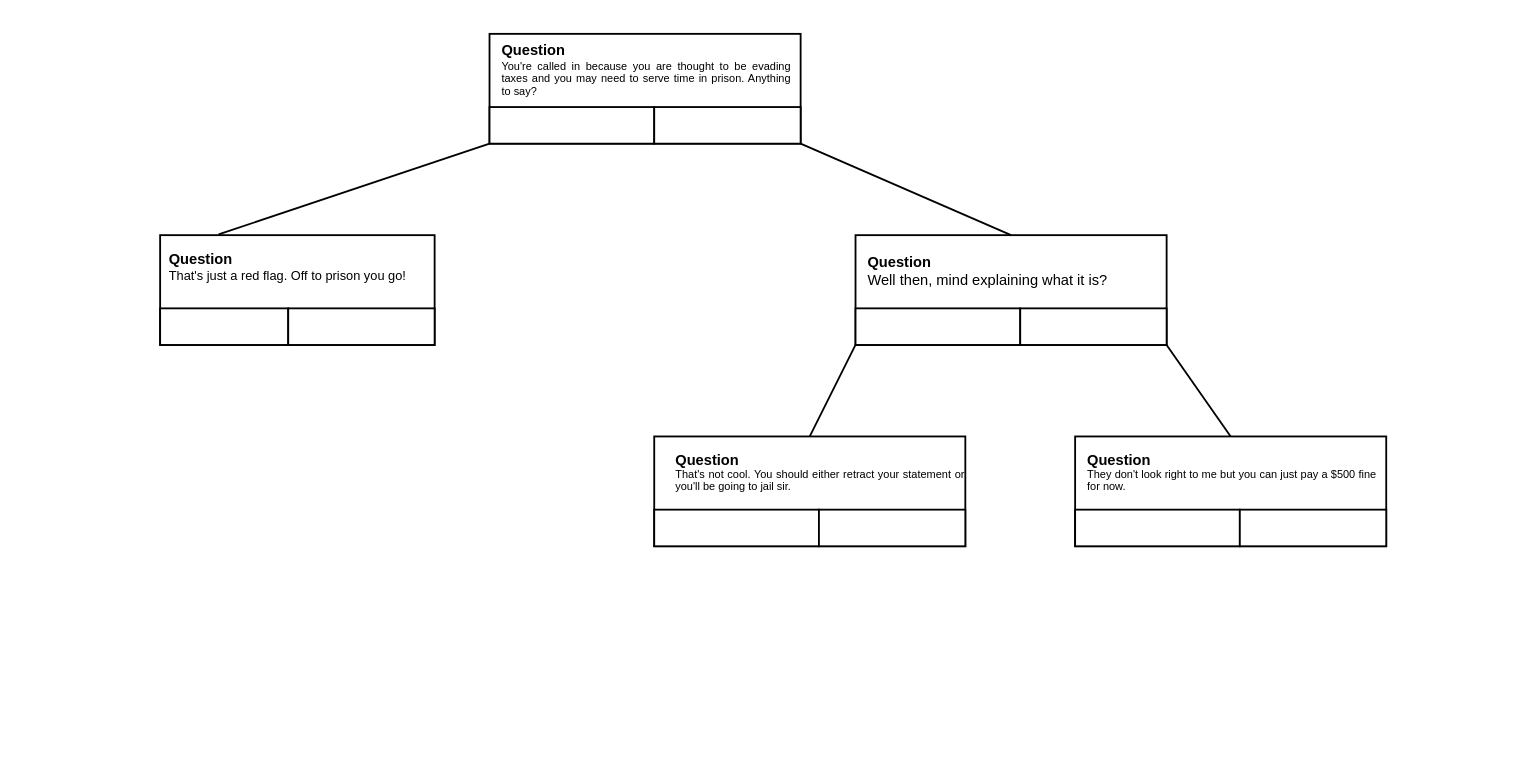
The draw.io diagram Programming2Diagram.drawio in LastMinuteBanter/DistinctionTaskUML, before the edit. Source tidied: cells renumbered, new cells numbered last; positions are measured from the earlier drawing's top-left corner, leaving out a move shared by most shapes. Both pictures are drawn from the tidied source at 183%, with x=0, y=0 at pixel (159, 33).
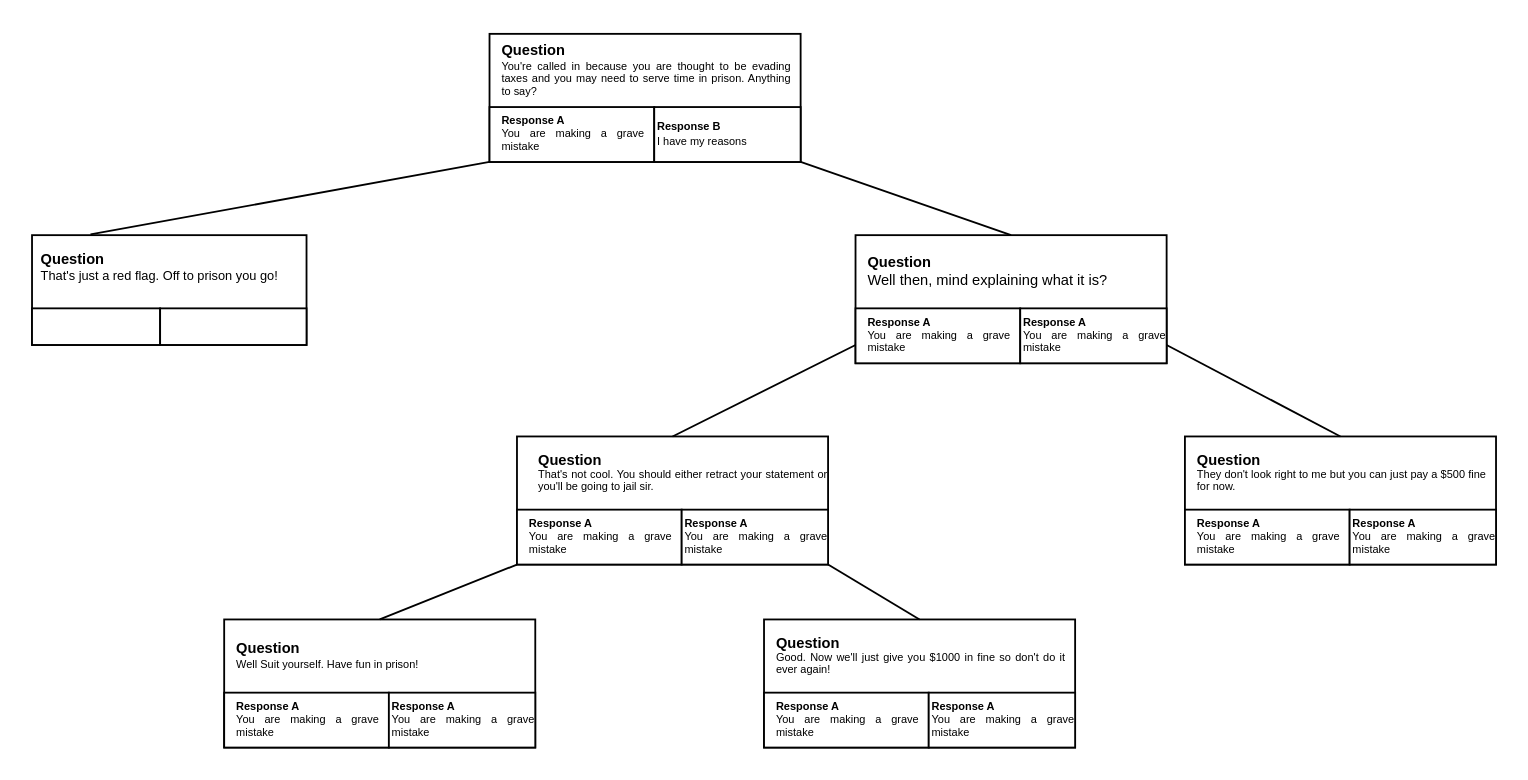
Above is the later version.

What changed in the source:
```diff
@@
+    <mxCell id="26" style="rounded=0;whiteSpace=wrap;html=1;" parent="1" vertex="1">
+      <mxGeometry x="330" y="320" width="170" height="70" as="geometry" />
+    </mxCell>
+    <mxCell id="27" style="rounded=0;whiteSpace=wrap;html=1;" parent="1" vertex="1">
+      <mxGeometry x="35" y="320" width="170" height="70" as="geometry" />
+    </mxCell>
+    <mxCell id="28" style="rounded=0;whiteSpace=wrap;html=1;" parent="1" vertex="1">
+      <mxGeometry x="560" y="220" width="170" height="70" as="geometry" />
+    </mxCell>
+    <mxCell id="29" style="rounded=0;whiteSpace=wrap;html=1;" parent="1" vertex="1">
+      <mxGeometry x="195" y="220" width="170" height="70" as="geometry" />
+    </mxCell>
+    <mxCell id="30" style="rounded=0;whiteSpace=wrap;html=1;" parent="1" vertex="1">
+      <mxGeometry x="380" y="110" width="170" height="70" as="geometry" />
+    </mxCell>
     <mxCell id="2" style="rounded=0;whiteSpace=wrap;html=1;" parent="1" vertex="1">
-      <mxGeometry x="180" width="170" height="60" as="geometry" />
+      <mxGeometry x="180" width="170" height="70" as="geometry" />
     </mxCell>
     <mxCell id="3" style="rounded=0;whiteSpace=wrap;html=1;" parent="1" vertex="1">
-      <mxGeometry y="110" width="150" height="60" as="geometry" />
+      <mxGeometry x="-70" y="110" width="150" height="60" as="geometry" />
     </mxCell>
-    <mxCell id="4" style="rounded=0;whiteSpace=wrap;html=1;" parent="1" vertex="1">
-      <mxGeometry x="380" y="110" width="170" height="60" as="geometry" />
-    </mxCell>
-    <mxCell id="5" style="rounded=0;whiteSpace=wrap;html=1;" parent="1" vertex="1">
-      <mxGeometry x="270" y="220" width="170" height="60" as="geometry" />
-    </mxCell>
-    <mxCell id="6" style="rounded=0;whiteSpace=wrap;html=1;" parent="1" vertex="1">
-      <mxGeometry x="500" y="220" width="170" height="60" as="geometry" />
-    </mxCell>
@@
-    <mxCell id="8" style="endArrow=none;html=1;exitX=1;exitY=1;exitDx=0;exitDy=0;entryX=0.5;entryY=0;entryDx=0;entryDy=0;" parent="1" edge="1" source="2" target="4">
-      <mxGeometry relative="1" as="geometry" />
+    <mxCell id="8" style="endArrow=none;html=1;exitX=1;exitY=1;exitDx=0;exitDy=0;entryX=0.5;entryY=0;entryDx=0;entryDy=0;" parent="1" edge="1" source="2">
+      <mxGeometry relative="1" as="geometry">
+        <mxPoint x="465" y="110" as="targetPoint" />
+      </mxGeometry>
     </mxCell>
-    <mxCell id="9" style="endArrow=none;html=1;entryX=0;entryY=1;entryDx=0;entryDy=0;exitX=0.5;exitY=0;exitDx=0;exitDy=0;" parent="1" edge="1" source="5" target="4">
-      <mxGeometry relative="1" as="geometry" />
+    <mxCell id="9" style="endArrow=none;html=1;entryX=0;entryY=1;entryDx=0;entryDy=0;exitX=0.5;exitY=0;exitDx=0;exitDy=0;" parent="1" edge="1">
+      <mxGeometry relative="1" as="geometry">
+        <mxPoint x="280" y="220" as="sourcePoint" />
+        <mxPoint x="380" y="170" as="targetPoint" />
+      </mxGeometry>
     </mxCell>
-    <mxCell id="10" style="endArrow=none;html=1;entryX=1;entryY=1;entryDx=0;entryDy=0;exitX=0.5;exitY=0;exitDx=0;exitDy=0;" parent="1" edge="1" source="6" target="4">
-      <mxGeometry relative="1" as="geometry" />
+    <mxCell id="10" style="endArrow=none;html=1;entryX=1;entryY=1;entryDx=0;entryDy=0;exitX=0.5;exitY=0;exitDx=0;exitDy=0;" parent="1" edge="1">
+      <mxGeometry relative="1" as="geometry">
+        <mxPoint x="645" y="220" as="sourcePoint" />
+        <mxPoint x="550" y="170" as="targetPoint" />
+      </mxGeometry>
     </mxCell>
     <mxCell id="11" style="rounded=0;whiteSpace=wrap;html=1;" parent="1" vertex="1">
-      <mxGeometry x="180" y="40" width="90" height="20" as="geometry" />
+      <mxGeometry x="180" y="40" width="90" height="30" as="geometry" />
     </mxCell>
     <mxCell id="12" style="rounded=0;whiteSpace=wrap;html=1;" parent="1" vertex="1">
-      <mxGeometry x="270" y="40" width="80" height="20" as="geometry" />
+      <mxGeometry x="270" y="40" width="80" height="30" as="geometry" />
     </mxCell>
     <mxCell id="13" style="rounded=0;whiteSpace=wrap;html=1;" parent="1" vertex="1">
-      <mxGeometry y="150" width="70" height="20" as="geometry" />
+      <mxGeometry x="-70" y="150" width="70" height="20" as="geometry" />
     </mxCell>
     <mxCell id="14" style="rounded=0;whiteSpace=wrap;html=1;" parent="1" vertex="1">
-      <mxGeometry x="70" y="150" width="80" height="20" as="geometry" />
+      <mxGeometry y="150" width="80" height="20" as="geometry" />
     </mxCell>
     <mxCell id="15" style="rounded=0;whiteSpace=wrap;html=1;" parent="1" vertex="1">
-      <mxGeometry x="380" y="150" width="90" height="20" as="geometry" />
+      <mxGeometry x="380" y="150" width="90" height="30" as="geometry" />
     </mxCell>
     <mxCell id="16" style="rounded=0;whiteSpace=wrap;html=1;" parent="1" vertex="1">
-      <mxGeometry x="470" y="150" width="80" height="20" as="geometry" />
+      <mxGeometry x="470" y="150" width="80" height="30" as="geometry" />
     </mxCell>
     <mxCell id="17" style="rounded=0;whiteSpace=wrap;html=1;" parent="1" vertex="1">
-      <mxGeometry x="270" y="260" width="90" height="20" as="geometry" />
+      <mxGeometry x="195" y="260" width="90" height="30" as="geometry" />
     </mxCell>
     <mxCell id="18" style="rounded=0;whiteSpace=wrap;html=1;" parent="1" vertex="1">
-      <mxGeometry x="360" y="260" width="80" height="20" as="geometry" />
+      <mxGeometry x="285" y="260" width="80" height="30" as="geometry" />
     </mxCell>
     <mxCell id="19" style="rounded=0;whiteSpace=wrap;html=1;" parent="1" vertex="1">
-      <mxGeometry x="500" y="260" width="90" height="20" as="geometry" />
+      <mxGeometry x="560" y="260" width="90" height="30" as="geometry" />
     </mxCell>
     <mxCell id="20" style="rounded=0;whiteSpace=wrap;html=1;" parent="1" vertex="1">
-      <mxGeometry x="590" y="260" width="80" height="20" as="geometry" />
+      <mxGeometry x="650" y="260" width="80" height="30" as="geometry" />
     </mxCell>
@@
     <mxCell id="22" value="&lt;div style=&quot;font-size: 6px&quot; align=&quot;justify&quot;&gt;&lt;b&gt;&lt;font style=&quot;font-size: 8px&quot;&gt;Question&lt;/font&gt;&lt;/b&gt;&lt;/div&gt;&lt;div style=&quot;font-size: 6px&quot; align=&quot;justify&quot;&gt;&lt;font style=&quot;font-size: 7px&quot;&gt;That's just a red flag. Off to prison you go!&lt;/font&gt;&lt;/div&gt;&lt;p style=&quot;font-size: 6px&quot; align=&quot;justify&quot;&gt;&lt;br&gt;&lt;/p&gt;" style="text;html=1;strokeColor=none;fillColor=none;align=center;verticalAlign=middle;whiteSpace=wrap;rounded=0;" parent="1" vertex="1">
-      <mxGeometry y="127" width="140" height="20" as="geometry" />
+      <mxGeometry x="-70" y="127" width="140" height="20" as="geometry" />
     </mxCell>
@@
     <mxCell id="24" value="&lt;p style=&quot;line-height: 30% ; font-size: 6px&quot; align=&quot;justify&quot;&gt;&lt;/p&gt;&lt;div style=&quot;font-size: 6px&quot; align=&quot;justify&quot;&gt;&lt;b&gt;&lt;font style=&quot;font-size: 8px&quot;&gt;Question&lt;/font&gt;&lt;/b&gt;&lt;/div&gt;&lt;div style=&quot;font-size: 6px&quot; align=&quot;justify&quot;&gt;&lt;font style=&quot;font-size: 6px&quot;&gt;That's not cool. You should either retract your statement or you'll be going to jail sir.&lt;/font&gt;&lt;/div&gt;&lt;p style=&quot;font-size: 6px&quot; align=&quot;justify&quot;&gt;&lt;/p&gt;" style="text;html=1;strokeColor=none;fillColor=none;align=left;verticalAlign=middle;whiteSpace=wrap;rounded=0;" parent="1" vertex="1">
-      <mxGeometry x="280" y="220" width="160" height="40" as="geometry" />
+      <mxGeometry x="205" y="220" width="160" height="40" as="geometry" />
     </mxCell>
     <mxCell id="25" value="&lt;p style=&quot;line-height: 30% ; font-size: 6px&quot; align=&quot;justify&quot;&gt;&lt;/p&gt;&lt;div style=&quot;font-size: 6px&quot; align=&quot;justify&quot;&gt;&lt;b&gt;&lt;font style=&quot;font-size: 8px&quot;&gt;Question&lt;/font&gt;&lt;/b&gt;&lt;/div&gt;&lt;div style=&quot;font-size: 6px&quot; align=&quot;justify&quot;&gt;&lt;font style=&quot;font-size: 6px&quot;&gt;They don't look right to me but you can just pay a $500 fine for now.&lt;/font&gt;&lt;/div&gt;&lt;p style=&quot;font-size: 6px&quot; align=&quot;justify&quot;&gt;&lt;/p&gt;" style="text;html=1;strokeColor=none;fillColor=none;align=left;verticalAlign=middle;whiteSpace=wrap;rounded=0;" parent="1" vertex="1">
-      <mxGeometry x="505" y="220" width="160" height="40" as="geometry" />
+      <mxGeometry x="565" y="220" width="160" height="40" as="geometry" />
     </mxCell>
+    <mxCell id="31" style="rounded=0;whiteSpace=wrap;html=1;" parent="1" vertex="1">
+      <mxGeometry x="35" y="360" width="90" height="30" as="geometry" />
+    </mxCell>
+    <mxCell id="32" style="rounded=0;whiteSpace=wrap;html=1;" parent="1" vertex="1">
+      <mxGeometry x="125" y="360" width="80" height="30" as="geometry" />
+    </mxCell>
+    <mxCell id="33" style="rounded=0;whiteSpace=wrap;html=1;" parent="1" vertex="1">
+      <mxGeometry x="330" y="360" width="90" height="30" as="geometry" />
+    </mxCell>
+    <mxCell id="34" style="rounded=0;whiteSpace=wrap;html=1;" parent="1" vertex="1">
+      <mxGeometry x="420" y="360" width="80" height="30" as="geometry" />
+    </mxCell>
+    <mxCell id="35" style="endArrow=none;html=1;entryX=0;entryY=1;entryDx=0;entryDy=0;exitX=0.5;exitY=0;exitDx=0;exitDy=0;" parent="1" edge="1" target="17">
+      <mxGeometry relative="1" as="geometry">
+        <mxPoint x="120" y="320" as="sourcePoint" />
+      </mxGeometry>
+    </mxCell>
+    <mxCell id="36" style="endArrow=none;html=1;exitX=0.5;exitY=0;exitDx=0;exitDy=0;entryX=1;entryY=1;entryDx=0;entryDy=0;" parent="1" edge="1" target="18">
+      <mxGeometry relative="1" as="geometry">
+        <mxPoint x="415" y="320" as="sourcePoint" />
+      </mxGeometry>
+    </mxCell>
+    <mxCell id="37" value="&lt;p style=&quot;line-height: 30% ; font-size: 6px&quot; align=&quot;justify&quot;&gt;&lt;/p&gt;&lt;div style=&quot;font-size: 6px&quot; align=&quot;justify&quot;&gt;&lt;b&gt;&lt;font style=&quot;font-size: 8px&quot;&gt;Question&lt;/font&gt;&lt;/b&gt;&lt;/div&gt;&lt;div style=&quot;font-size: 6px&quot; align=&quot;justify&quot;&gt;&lt;font style=&quot;font-size: 6px&quot;&gt;Well Suit yourself. Have fun in prison!&lt;/font&gt;&lt;/div&gt;&lt;p style=&quot;font-size: 6px&quot; align=&quot;justify&quot;&gt;&lt;/p&gt;" style="text;html=1;strokeColor=none;fillColor=none;align=left;verticalAlign=middle;whiteSpace=wrap;rounded=0;" parent="1" vertex="1">
+      <mxGeometry x="40" y="320" width="160" height="40" as="geometry" />
+    </mxCell>
+    <mxCell id="38" value="&lt;p style=&quot;line-height: 30% ; font-size: 6px&quot; align=&quot;justify&quot;&gt;&lt;/p&gt;&lt;div style=&quot;font-size: 6px&quot; align=&quot;justify&quot;&gt;&lt;b&gt;&lt;font style=&quot;font-size: 8px&quot;&gt;Question&lt;/font&gt;&lt;/b&gt;&lt;/div&gt;&lt;div style=&quot;font-size: 6px&quot; align=&quot;justify&quot;&gt;&lt;font style=&quot;font-size: 6px&quot;&gt;Good. Now we'll just give you $1000 in fine so don't do it ever again!&lt;/font&gt;&lt;/div&gt;&lt;p style=&quot;font-size: 6px&quot; align=&quot;justify&quot;&gt;&lt;/p&gt;" style="text;html=1;strokeColor=none;fillColor=none;align=left;verticalAlign=middle;whiteSpace=wrap;rounded=0;" parent="1" vertex="1">
+      <mxGeometry x="335" y="320" width="160" height="40" as="geometry" />
+    </mxCell>
+    <mxCell id="39" value="&lt;div style=&quot;font-size: 6px&quot; align=&quot;justify&quot;&gt;&lt;b&gt;&lt;font style=&quot;font-size: 6px&quot;&gt;Response A&lt;/font&gt;&lt;/b&gt;&lt;/div&gt;&lt;div style=&quot;font-size: 6px&quot; align=&quot;justify&quot;&gt;&lt;font style=&quot;font-size: 6px&quot;&gt;You are making a grave mistake&lt;/font&gt;&lt;/div&gt;" style="text;html=1;strokeColor=none;fillColor=none;align=left;verticalAlign=middle;whiteSpace=wrap;rounded=0;" parent="1" vertex="1">
+      <mxGeometry x="185" y="45" width="80" height="20" as="geometry" />
+    </mxCell>
+    <mxCell id="40" value="&lt;div style=&quot;font-size: 6px&quot; align=&quot;justify&quot;&gt;&lt;b&gt;&lt;font style=&quot;font-size: 6px&quot;&gt;Response B&lt;br&gt;&lt;/font&gt;&lt;/b&gt;&lt;/div&gt;&lt;div style=&quot;font-size: 6px&quot; align=&quot;justify&quot;&gt;&lt;font style=&quot;font-size: 6px&quot;&gt;I have my reasons&lt;/font&gt;&lt;/div&gt;" style="text;html=1;strokeColor=none;fillColor=none;align=left;verticalAlign=middle;whiteSpace=wrap;rounded=0;" parent="1" vertex="1">
+      <mxGeometry x="270" y="45" width="80" height="20" as="geometry" />
+    </mxCell>
+    <mxCell id="41" value="&lt;div style=&quot;font-size: 6px&quot; align=&quot;justify&quot;&gt;&lt;b&gt;&lt;font style=&quot;font-size: 6px&quot;&gt;Response A&lt;/font&gt;&lt;/b&gt;&lt;/div&gt;&lt;div style=&quot;font-size: 6px&quot; align=&quot;justify&quot;&gt;&lt;font style=&quot;font-size: 6px&quot;&gt;You are making a grave mistake&lt;/font&gt;&lt;/div&gt;" style="text;html=1;strokeColor=none;fillColor=none;align=left;verticalAlign=middle;whiteSpace=wrap;rounded=0;" parent="1" vertex="1">
+      <mxGeometry x="385" y="155" width="80" height="20" as="geometry" />
+    </mxCell>
+    <mxCell id="42" value="&lt;div style=&quot;font-size: 6px&quot; align=&quot;justify&quot;&gt;&lt;b&gt;&lt;font style=&quot;font-size: 6px&quot;&gt;Response A&lt;/font&gt;&lt;/b&gt;&lt;/div&gt;&lt;div style=&quot;font-size: 6px&quot; align=&quot;justify&quot;&gt;&lt;font style=&quot;font-size: 6px&quot;&gt;You are making a grave mistake&lt;/font&gt;&lt;/div&gt;" style="text;html=1;strokeColor=none;fillColor=none;align=left;verticalAlign=middle;whiteSpace=wrap;rounded=0;" parent="1" vertex="1">
+      <mxGeometry x="470" y="155" width="80" height="20" as="geometry" />
+    </mxCell>
+    <mxCell id="43" value="&lt;div style=&quot;font-size: 6px&quot; align=&quot;justify&quot;&gt;&lt;b&gt;&lt;font style=&quot;font-size: 6px&quot;&gt;Response A&lt;/font&gt;&lt;/b&gt;&lt;/div&gt;&lt;div style=&quot;font-size: 6px&quot; align=&quot;justify&quot;&gt;&lt;font style=&quot;font-size: 6px&quot;&gt;You are making a grave mistake&lt;/font&gt;&lt;/div&gt;" style="text;html=1;strokeColor=none;fillColor=none;align=left;verticalAlign=middle;whiteSpace=wrap;rounded=0;" parent="1" vertex="1">
+      <mxGeometry x="200" y="265" width="80" height="20" as="geometry" />
+    </mxCell>
+    <mxCell id="44" value="&lt;div style=&quot;font-size: 6px&quot; align=&quot;justify&quot;&gt;&lt;b&gt;&lt;font style=&quot;font-size: 6px&quot;&gt;Response A&lt;/font&gt;&lt;/b&gt;&lt;/div&gt;&lt;div style=&quot;font-size: 6px&quot; align=&quot;justify&quot;&gt;&lt;font style=&quot;font-size: 6px&quot;&gt;You are making a grave mistake&lt;/font&gt;&lt;/div&gt;" style="text;html=1;strokeColor=none;fillColor=none;align=left;verticalAlign=middle;whiteSpace=wrap;rounded=0;" parent="1" vertex="1">
+      <mxGeometry x="285" y="265" width="80" height="20" as="geometry" />
+    </mxCell>
+    <mxCell id="45" value="&lt;div style=&quot;font-size: 6px&quot; align=&quot;justify&quot;&gt;&lt;b&gt;&lt;font style=&quot;font-size: 6px&quot;&gt;Response A&lt;/font&gt;&lt;/b&gt;&lt;/div&gt;&lt;div style=&quot;font-size: 6px&quot; align=&quot;justify&quot;&gt;&lt;font style=&quot;font-size: 6px&quot;&gt;You are making a grave mistake&lt;/font&gt;&lt;/div&gt;" style="text;html=1;strokeColor=none;fillColor=none;align=left;verticalAlign=middle;whiteSpace=wrap;rounded=0;" parent="1" vertex="1">
+      <mxGeometry x="565" y="265" width="80" height="20" as="geometry" />
+    </mxCell>
+    <mxCell id="46" value="&lt;div style=&quot;font-size: 6px&quot; align=&quot;justify&quot;&gt;&lt;b&gt;&lt;font style=&quot;font-size: 6px&quot;&gt;Response A&lt;/font&gt;&lt;/b&gt;&lt;/div&gt;&lt;div style=&quot;font-size: 6px&quot; align=&quot;justify&quot;&gt;&lt;font style=&quot;font-size: 6px&quot;&gt;You are making a grave mistake&lt;/font&gt;&lt;/div&gt;" style="text;html=1;strokeColor=none;fillColor=none;align=left;verticalAlign=middle;whiteSpace=wrap;rounded=0;" parent="1" vertex="1">
+      <mxGeometry x="650" y="265" width="80" height="20" as="geometry" />
+    </mxCell>
+    <mxCell id="47" value="&lt;div style=&quot;font-size: 6px&quot; align=&quot;justify&quot;&gt;&lt;b&gt;&lt;font style=&quot;font-size: 6px&quot;&gt;Response A&lt;/font&gt;&lt;/b&gt;&lt;/div&gt;&lt;div style=&quot;font-size: 6px&quot; align=&quot;justify&quot;&gt;&lt;font style=&quot;font-size: 6px&quot;&gt;You are making a grave mistake&lt;/font&gt;&lt;/div&gt;" style="text;html=1;strokeColor=none;fillColor=none;align=left;verticalAlign=middle;whiteSpace=wrap;rounded=0;" parent="1" vertex="1">
+      <mxGeometry x="40" y="365" width="80" height="20" as="geometry" />
+    </mxCell>
+    <mxCell id="48" value="&lt;div style=&quot;font-size: 6px&quot; align=&quot;justify&quot;&gt;&lt;b&gt;&lt;font style=&quot;font-size: 6px&quot;&gt;Response A&lt;/font&gt;&lt;/b&gt;&lt;/div&gt;&lt;div style=&quot;font-size: 6px&quot; align=&quot;justify&quot;&gt;&lt;font style=&quot;font-size: 6px&quot;&gt;You are making a grave mistake&lt;/font&gt;&lt;/div&gt;" style="text;html=1;strokeColor=none;fillColor=none;align=left;verticalAlign=middle;whiteSpace=wrap;rounded=0;" parent="1" vertex="1">
+      <mxGeometry x="125" y="365" width="80" height="20" as="geometry" />
+    </mxCell>
+    <mxCell id="49" value="&lt;div style=&quot;font-size: 6px&quot; align=&quot;justify&quot;&gt;&lt;b&gt;&lt;font style=&quot;font-size: 6px&quot;&gt;Response A&lt;/font&gt;&lt;/b&gt;&lt;/div&gt;&lt;div style=&quot;font-size: 6px&quot; align=&quot;justify&quot;&gt;&lt;font style=&quot;font-size: 6px&quot;&gt;You are making a grave mistake&lt;/font&gt;&lt;/div&gt;" style="text;html=1;strokeColor=none;fillColor=none;align=left;verticalAlign=middle;whiteSpace=wrap;rounded=0;" parent="1" vertex="1">
+      <mxGeometry x="335" y="365" width="80" height="20" as="geometry" />
+    </mxCell>
+    <mxCell id="50" value="&lt;div style=&quot;font-size: 6px&quot; align=&quot;justify&quot;&gt;&lt;b&gt;&lt;font style=&quot;font-size: 6px&quot;&gt;Response A&lt;/font&gt;&lt;/b&gt;&lt;/div&gt;&lt;div style=&quot;font-size: 6px&quot; align=&quot;justify&quot;&gt;&lt;font style=&quot;font-size: 6px&quot;&gt;You are making a grave mistake&lt;/font&gt;&lt;/div&gt;" style="text;html=1;strokeColor=none;fillColor=none;align=left;verticalAlign=middle;whiteSpace=wrap;rounded=0;" parent="1" vertex="1">
+      <mxGeometry x="420" y="365" width="80" height="20" as="geometry" />
+    </mxCell>
```
